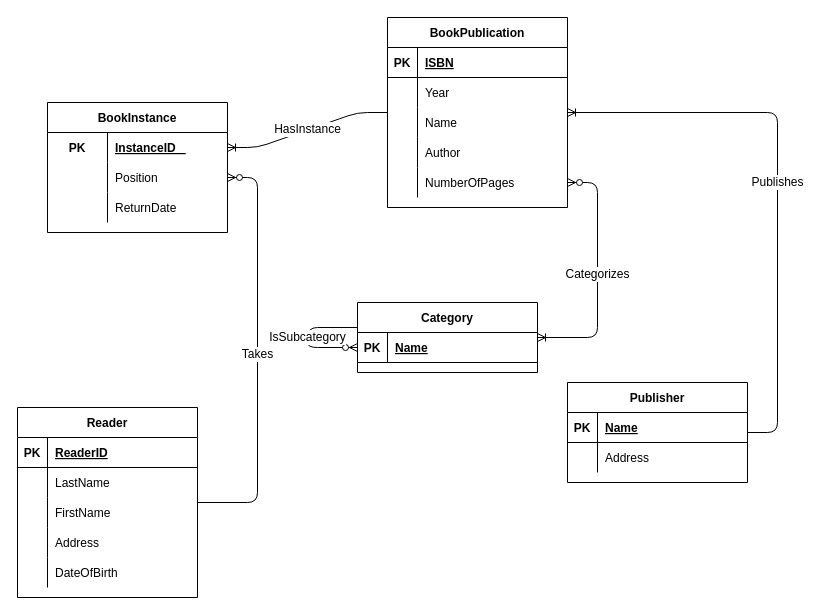
kseniashilova/BD_B2019_PING_6 keeps this draw.io diagram as Practice 2/Zakirullin/practice2_1.drawio. Above is the earlier version. Source tidied: cells renumbered, new cells numbered last; positions are measured from the earlier drawing's top-left corner, leaving out a move shared by most shapes. Both pictures are drawn from the tidied source at 100%, with x=0, y=0 at pixel (17, 17).
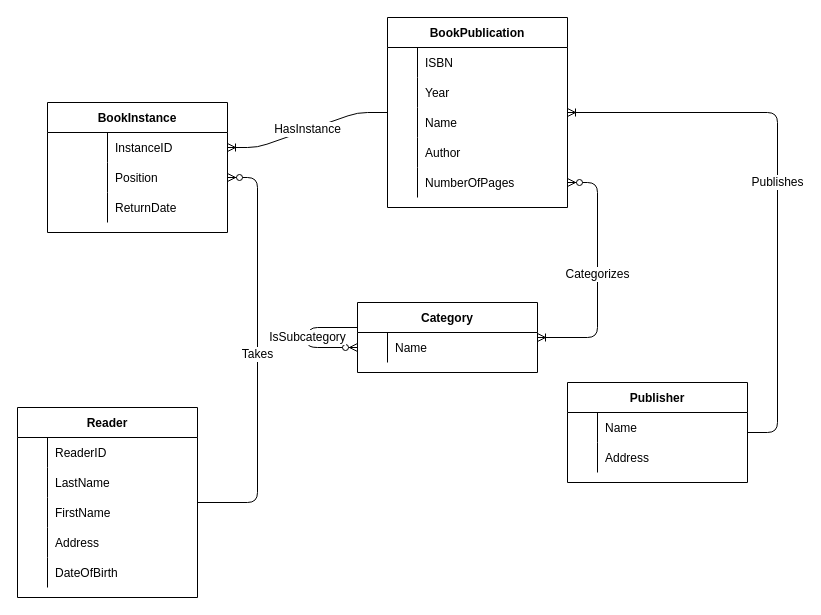
The same diagram, later.

Commit message (it also covers changes not shown here):
Practice 2: task 1: removed information about primary keys

The change refers to these unchanged cells:
```xml
<mxCell id="2" value="BookPublication" style="shape=table;startSize=30;childLayout=tableLayout;rowLines=0;fontStyle=1;align=center;" parent="1" vertex="1">
  <mxGeometry x="370" width="180" height="190" as="geometry" />
</mxCell>
<mxCell id="18" value="BookInstance" style="shape=table;startSize=30;childLayout=tableLayout;rowLines=0;fontStyle=1;align=center;strokeWidth=1;" parent="1" vertex="1">
  <mxGeometry x="30" y="85" width="180" height="130" as="geometry" />
</mxCell>
<mxCell id="29" value="Publisher" style="shape=table;startSize=30;childLayout=tableLayout;rowLines=0;fontStyle=1;align=center;strokeWidth=1;" parent="1" vertex="1">
  <mxGeometry x="550" y="365" width="180" height="100" as="geometry" />
</mxCell>
<mxCell id="37" value="Category" style="shape=table;startSize=30;childLayout=tableLayout;rowLines=0;fontStyle=1;align=center;strokeWidth=1;" parent="1" vertex="1">
  <mxGeometry x="340" y="285" width="180" height="70" as="geometry" />
</mxCell>
<mxCell id="43" value="Reader" style="shape=table;startSize=30;childLayout=tableLayout;rowLines=0;fontStyle=1;align=center;strokeWidth=1;" parent="1" vertex="1">
  <mxGeometry y="390" width="180" height="190" as="geometry" />
</mxCell>
```

What changed in the source:
```diff
@@
-    <mxCell id="3" style="shape=partialRectangle;fillColor=none;top=0;left=0;bottom=1;right=0;" parent="2" vertex="1">
-      <mxGeometry y="30" width="180" height="30" as="geometry" />
-    </mxCell>
-    <mxCell id="4" value="PK" style="shape=partialRectangle;fillColor=none;top=0;left=0;bottom=0;right=0;fontStyle=1;overflow=hidden;" parent="3" vertex="1">
-      <mxGeometry width="30" height="30" as="geometry" />
-    </mxCell>
+    <mxCell id="60" style="shape=partialRectangle;fillColor=none;top=0;left=0;bottom=0;right=0;" parent="2" vertex="1">
+      <mxGeometry y="30" width="180" height="30" as="geometry" />
+    </mxCell>
+    <mxCell id="61" style="shape=partialRectangle;fillColor=none;top=0;left=0;bottom=0;right=0;overflow=hidden;" parent="60" vertex="1">
+      <mxGeometry width="30" height="30" as="geometry" />
+    </mxCell>
-    <mxCell id="5" value="ISBN" style="shape=partialRectangle;fillColor=none;top=0;left=0;bottom=0;right=0;align=left;spacingLeft=6;fontStyle=5;overflow=hidden;" parent="3" vertex="1">
+    <mxCell id="5" value="ISBN" style="shape=partialRectangle;fillColor=none;top=0;left=0;bottom=0;right=0;align=left;spacingLeft=6;overflow=hidden;" parent="60" vertex="1">
       <mxGeometry x="30" width="150" height="30" as="geometry" />
     </mxCell>
@@
-    <mxCell id="19" style="shape=partialRectangle;fillColor=none;top=0;left=0;bottom=0;right=0;points=[[0,0.5],[1,0.5]];portConstraint=eastwest;" parent="18" vertex="1">
-      <mxGeometry y="30" width="180" height="30" as="geometry" />
-    </mxCell>
-    <mxCell id="20" value="PK" style="shape=partialRectangle;fillColor=none;top=0;left=0;bottom=0;right=0;fontStyle=1;overflow=hidden;" parent="19" vertex="1">
-      <mxGeometry width="60" height="30" as="geometry" />
-    </mxCell>
+    <mxCell id="62" style="shape=partialRectangle;fillColor=none;top=0;left=0;bottom=0;right=0;" parent="18" vertex="1">
+      <mxGeometry y="30" width="180" height="30" as="geometry" />
+    </mxCell>
+    <mxCell id="63" style="shape=partialRectangle;fillColor=none;top=0;left=0;bottom=0;right=0;overflow=hidden;" parent="62" vertex="1">
+      <mxGeometry width="60" height="30" as="geometry" />
+    </mxCell>
-    <mxCell id="21" value="InstanceID    " style="shape=partialRectangle;fillColor=none;top=0;left=0;bottom=0;right=0;align=left;spacingLeft=6;fontStyle=5;overflow=hidden;" parent="19" vertex="1">
+    <mxCell id="21" value="InstanceID    " style="shape=partialRectangle;fillColor=none;top=0;left=0;bottom=0;right=0;align=left;spacingLeft=6;overflow=hidden;" parent="62" vertex="1">
       <mxGeometry x="60" width="120" height="30" as="geometry" />
     </mxCell>
@@
-    <mxCell id="28" value="HasInstance" style="edgeStyle=entityRelationEdgeStyle;fontSize=12;html=1;endArrow=none;endFill=0;startArrow=ERoneToMany;startFill=0;" parent="1" edge="1" source="19" target="2">
-      <mxGeometry relative="1" as="geometry" />
+    <mxCell id="28" value="HasInstance" style="edgeStyle=entityRelationEdgeStyle;fontSize=12;html=1;endArrow=none;endFill=0;startArrow=ERoneToMany;startFill=0;" parent="1" edge="1" target="2">
+      <mxGeometry relative="1" as="geometry">
+        <mxPoint x="210" y="130" as="sourcePoint" />
+      </mxGeometry>
     </mxCell>
@@
-    <mxCell id="30" style="shape=partialRectangle;fillColor=none;top=0;left=0;bottom=1;right=0;" parent="29" vertex="1">
-      <mxGeometry y="30" width="180" height="30" as="geometry" />
-    </mxCell>
-    <mxCell id="31" value="PK" style="shape=partialRectangle;fillColor=none;top=0;left=0;bottom=0;right=0;fontStyle=1;overflow=hidden;" parent="30" vertex="1">
-      <mxGeometry width="30" height="30" as="geometry" />
-    </mxCell>
-    <mxCell id="32" value="Name" style="shape=partialRectangle;fillColor=none;top=0;left=0;bottom=0;right=0;align=left;spacingLeft=6;fontStyle=5;overflow=hidden;" parent="30" vertex="1">
-      <mxGeometry x="30" width="150" height="30" as="geometry" />
-    </mxCell>
+    <mxCell id="64" style="shape=partialRectangle;fillColor=none;top=0;left=0;bottom=0;right=0;" parent="29" vertex="1">
+      <mxGeometry y="30" width="180" height="30" as="geometry" />
+    </mxCell>
+    <mxCell id="65" style="shape=partialRectangle;fillColor=none;top=0;left=0;bottom=0;right=0;overflow=hidden;" parent="64" vertex="1">
+      <mxGeometry width="30" height="30" as="geometry" />
+    </mxCell>
+    <mxCell id="66" value="Name" style="shape=partialRectangle;fillColor=none;top=0;left=0;bottom=0;right=0;align=left;spacingLeft=6;overflow=hidden;" parent="64" vertex="1">
+      <mxGeometry x="30" width="150" height="30" as="geometry" />
+    </mxCell>
@@
-    <mxCell id="38" style="shape=partialRectangle;fillColor=none;top=0;left=0;bottom=1;right=0;" parent="37" vertex="1">
-      <mxGeometry y="30" width="180" height="30" as="geometry" />
-    </mxCell>
-    <mxCell id="39" value="PK" style="shape=partialRectangle;fillColor=none;top=0;left=0;bottom=0;right=0;fontStyle=1;overflow=hidden;" parent="38" vertex="1">
-      <mxGeometry width="30" height="30" as="geometry" />
-    </mxCell>
-    <mxCell id="40" value="Name" style="shape=partialRectangle;fillColor=none;top=0;left=0;bottom=0;right=0;align=left;spacingLeft=6;fontStyle=5;overflow=hidden;" parent="38" vertex="1">
-      <mxGeometry x="30" width="150" height="30" as="geometry" />
-    </mxCell>
+    <mxCell id="67" style="shape=partialRectangle;fillColor=none;top=0;left=0;bottom=0;right=0;" parent="37" vertex="1">
+      <mxGeometry y="30" width="180" height="30" as="geometry" />
+    </mxCell>
+    <mxCell id="68" style="shape=partialRectangle;fillColor=none;top=0;left=0;bottom=0;right=0;overflow=hidden;" parent="67" vertex="1">
+      <mxGeometry width="30" height="30" as="geometry" />
+    </mxCell>
+    <mxCell id="69" value="Name" style="shape=partialRectangle;fillColor=none;top=0;left=0;bottom=0;right=0;align=left;spacingLeft=6;overflow=hidden;" parent="67" vertex="1">
+      <mxGeometry x="30" width="150" height="30" as="geometry" />
+    </mxCell>
@@
-    <mxCell id="44" style="shape=partialRectangle;fillColor=none;top=0;left=0;bottom=1;right=0;" parent="43" vertex="1">
-      <mxGeometry y="30" width="180" height="30" as="geometry" />
-    </mxCell>
-    <mxCell id="45" value="PK" style="shape=partialRectangle;fillColor=none;top=0;left=0;bottom=0;right=0;fontStyle=1;overflow=hidden;" parent="44" vertex="1">
-      <mxGeometry width="30" height="30" as="geometry" />
-    </mxCell>
+    <mxCell id="70" style="shape=partialRectangle;fillColor=none;top=0;left=0;bottom=0;right=0;" parent="43" vertex="1">
+      <mxGeometry y="30" width="180" height="30" as="geometry" />
+    </mxCell>
+    <mxCell id="71" style="shape=partialRectangle;fillColor=none;top=0;left=0;bottom=0;right=0;overflow=hidden;" parent="70" vertex="1">
+      <mxGeometry width="30" height="30" as="geometry" />
+    </mxCell>
-    <mxCell id="46" value="ReaderID" style="shape=partialRectangle;fillColor=none;top=0;left=0;bottom=0;right=0;align=left;spacingLeft=6;fontStyle=5;overflow=hidden;" parent="44" vertex="1">
+    <mxCell id="46" value="ReaderID" style="shape=partialRectangle;fillColor=none;top=0;left=0;bottom=0;right=0;align=left;spacingLeft=6;overflow=hidden;" parent="70" vertex="1">
       <mxGeometry x="30" width="150" height="30" as="geometry" />
     </mxCell>
```
